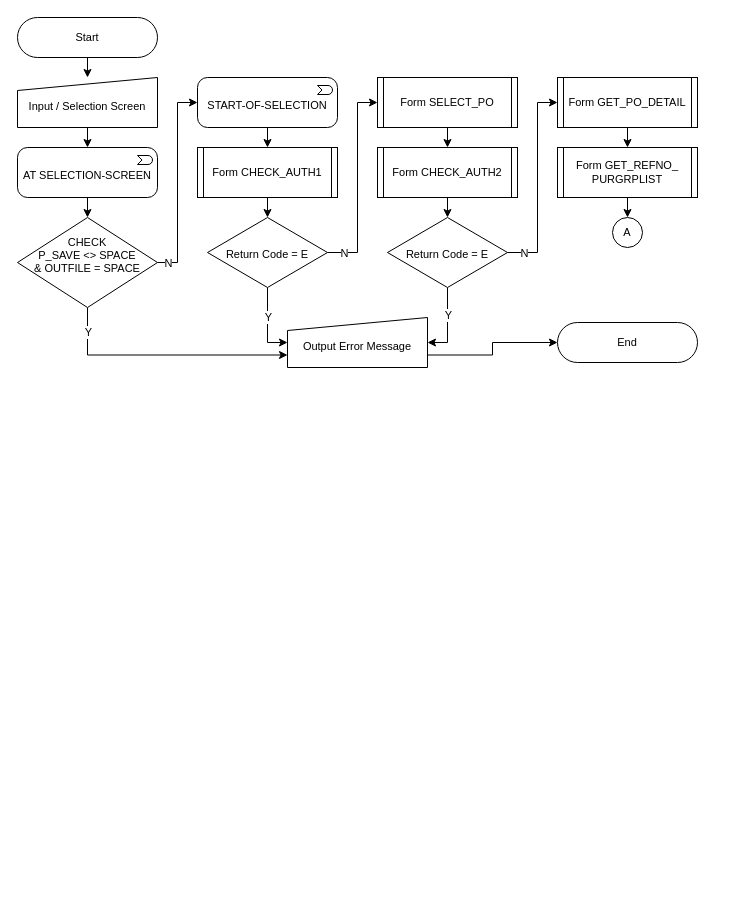
Before: MM-R884.drawio in ivanpilariza/assignment, a draw.io diagram. Source tidied: cells renumbered, new cells numbered last; positions are measured from the earlier drawing's top-left corner, leaving out a move shared by most shapes. Both pictures are drawn from the tidied source at 100%, with x=0, y=0 at pixel (17, 17).
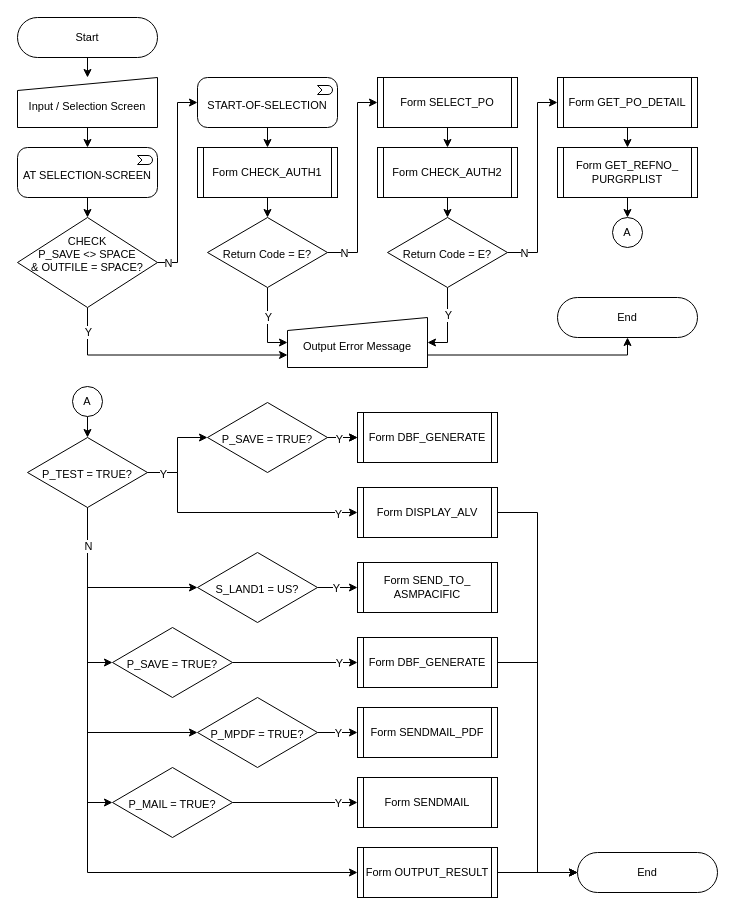
Above is the later version.

The change refers to these unchanged cells:
```xml
<mxCell id="8" value="Output Error Message" style="shape=manualInput;whiteSpace=wrap;html=1;fontSize=11;size=13;spacingTop=7;" parent="1" vertex="1">
  <mxGeometry x="270" y="300" width="140" height="50" as="geometry" />
</mxCell>
```

The edit, as a diff of the source:
```diff
@@
     <mxCell id="9" value="End" style="html=1;dashed=0;whiteSpace=wrap;shape=mxgraph.dfd.start;fontSize=11;" parent="1" vertex="1">
-      <mxGeometry x="540" y="305" width="140" height="40" as="geometry" />
+      <mxGeometry x="540" y="280" width="140" height="40" as="geometry" />
     </mxCell>
@@
-    <mxCell id="22" value="Return Code = E" style="rhombus;whiteSpace=wrap;html=1;fontSize=11;spacingTop=3;" parent="1" vertex="1">
+    <mxCell id="22" value="Return Code = E?" style="rhombus;whiteSpace=wrap;html=1;fontSize=11;spacingTop=3;" parent="1" vertex="1">
       <mxGeometry x="190" y="200" width="120" height="70" as="geometry" />
     </mxCell>
@@
-    <mxCell id="27" value="Return Code = E" style="rhombus;whiteSpace=wrap;html=1;fontSize=11;spacingTop=3;" parent="1" vertex="1">
+    <mxCell id="27" value="Return Code = E?" style="rhombus;whiteSpace=wrap;html=1;fontSize=11;spacingTop=3;" parent="1" vertex="1">
       <mxGeometry x="370" y="200" width="120" height="70" as="geometry" />
     </mxCell>
@@
-    <mxCell id="32" style="edgeStyle=orthogonalEdgeStyle;rounded=0;jettySize=auto;html=1;exitX=1;exitY=0.75;exitDx=0;exitDy=0;entryX=0;entryY=0.5;entryDx=0;entryDy=0;entryPerimeter=0;" parent="1" edge="1" source="8" target="9">
-      <mxGeometry relative="1" as="geometry" />
-    </mxCell>
@@
-    <mxCell id="35" value="CHECK&lt;br style=&quot;font-size: 11px;&quot;&gt;P_SAVE &amp;lt;&amp;gt; SPACE&lt;br style=&quot;font-size: 11px;&quot;&gt;&amp;amp; OUTFILE = SPACE" style="rhombus;whiteSpace=wrap;html=1;fontSize=11;spacingTop=-15;" parent="1" vertex="1">
+    <mxCell id="35" value="CHECK&lt;br style=&quot;font-size: 11px;&quot;&gt;P_SAVE &amp;lt;&amp;gt; SPACE&lt;br style=&quot;font-size: 11px;&quot;&gt;&amp;amp; OUTFILE = SPACE?" style="rhombus;whiteSpace=wrap;html=1;fontSize=11;spacingTop=-16;" parent="1" vertex="1">
       <mxGeometry y="200" width="140" height="90" as="geometry" />
     </mxCell>
@@
+    <mxCell id="39" style="edgeStyle=orthogonalEdgeStyle;rounded=0;jettySize=auto;html=1;exitX=0.5;exitY=1;exitDx=0;exitDy=0;entryX=0.5;entryY=0;entryDx=0;entryDy=0;" parent="1" edge="1" source="40" target="51">
+      <mxGeometry relative="1" as="geometry" />
+    </mxCell>
+    <mxCell id="40" value="&lt;font style=&quot;font-size: 11px;&quot;&gt;A&lt;/font&gt;" style="ellipse;whiteSpace=wrap;html=1;" parent="1" vertex="1">
+      <mxGeometry x="55" y="369" width="30" height="30" as="geometry" />
+    </mxCell>
+    <mxCell id="32" style="edgeStyle=orthogonalEdgeStyle;rounded=0;jettySize=auto;html=1;exitX=1;exitY=0.75;exitDx=0;exitDy=0;entryX=0.5;entryY=0.5;entryDx=0;entryDy=20;entryPerimeter=0;" parent="1" edge="1" source="8" target="9">
+      <mxGeometry relative="1" as="geometry">
+        <Array as="points">
+          <mxPoint x="610" y="338" />
+        </Array>
+      </mxGeometry>
+    </mxCell>
+    <mxCell id="41" style="edgeStyle=orthogonalEdgeStyle;rounded=0;jettySize=auto;html=1;exitX=1;exitY=0.5;exitDx=0;exitDy=0;entryX=0;entryY=0.5;entryDx=0;entryDy=0;" parent="1" edge="1" source="51" target="57">
+      <mxGeometry relative="1" as="geometry">
+        <Array as="points">
+          <mxPoint x="160" y="455" />
+          <mxPoint x="160" y="495" />
+        </Array>
+      </mxGeometry>
+    </mxCell>
+    <mxCell id="42" value="Y" style="edgeLabel;html=1;align=center;verticalAlign=middle;" parent="41" vertex="1">
+      <mxGeometry x="0.84" y="-1" relative="1" as="geometry" />
+    </mxCell>
+    <mxCell id="43" style="edgeStyle=orthogonalEdgeStyle;rounded=0;jettySize=auto;html=1;exitX=0.5;exitY=1;exitDx=0;exitDy=0;entryX=0;entryY=0.5;entryDx=0;entryDy=0;" parent="1" edge="1" source="51" target="60">
+      <mxGeometry relative="1" as="geometry" />
+    </mxCell>
+    <mxCell id="44" style="edgeStyle=orthogonalEdgeStyle;rounded=0;jettySize=auto;html=1;exitX=0.5;exitY=1;exitDx=0;exitDy=0;entryX=0;entryY=0.5;entryDx=0;entryDy=0;" parent="1" edge="1" source="51" target="66">
+      <mxGeometry relative="1" as="geometry" />
+    </mxCell>
+    <mxCell id="45" style="edgeStyle=orthogonalEdgeStyle;rounded=0;jettySize=auto;html=1;exitX=1;exitY=0.5;exitDx=0;exitDy=0;entryX=0;entryY=0.5;entryDx=0;entryDy=0;" parent="1" edge="1" source="51" target="55">
+      <mxGeometry relative="1" as="geometry" />
+    </mxCell>
+    <mxCell id="46" value="Y" style="edgeLabel;html=1;align=center;verticalAlign=middle;" parent="45" vertex="1">
+      <mxGeometry x="-0.68" y="-1" relative="1" as="geometry" />
+    </mxCell>
+    <mxCell id="47" style="edgeStyle=orthogonalEdgeStyle;rounded=0;jettySize=auto;html=1;exitX=0.5;exitY=1;exitDx=0;exitDy=0;entryX=0;entryY=0.5;entryDx=0;entryDy=0;" parent="1" edge="1" source="51" target="70">
+      <mxGeometry relative="1" as="geometry" />
+    </mxCell>
+    <mxCell id="48" style="edgeStyle=orthogonalEdgeStyle;rounded=0;jettySize=auto;html=1;exitX=0.5;exitY=1;exitDx=0;exitDy=0;entryX=0;entryY=0.5;entryDx=0;entryDy=0;" parent="1" edge="1" source="51" target="75">
+      <mxGeometry relative="1" as="geometry" />
+    </mxCell>
+    <mxCell id="49" style="edgeStyle=orthogonalEdgeStyle;rounded=0;jettySize=auto;html=1;exitX=0.5;exitY=1;exitDx=0;exitDy=0;entryX=0;entryY=0.5;entryDx=0;entryDy=0;" parent="1" edge="1" source="51" target="76">
+      <mxGeometry relative="1" as="geometry" />
+    </mxCell>
+    <mxCell id="50" value="N" style="edgeLabel;html=1;align=center;verticalAlign=middle;" parent="49" vertex="1">
+      <mxGeometry x="-0.88" relative="1" as="geometry" />
+    </mxCell>
+    <mxCell id="51" value="P_TEST = TRUE?" style="rhombus;whiteSpace=wrap;html=1;fontSize=11;spacingTop=3;" parent="1" vertex="1">
+      <mxGeometry x="10" y="420" width="120" height="70" as="geometry" />
+    </mxCell>
+    <mxCell id="52" style="edgeStyle=orthogonalEdgeStyle;rounded=0;jettySize=auto;html=1;exitX=1;exitY=0.5;exitDx=0;exitDy=0;entryX=0;entryY=0.5;entryDx=0;entryDy=0;" parent="1" edge="1" target="56">
+      <mxGeometry relative="1" as="geometry">
+        <mxPoint x="310" y="420" as="sourcePoint" />
+      </mxGeometry>
+    </mxCell>
+    <mxCell id="53" style="edgeStyle=orthogonalEdgeStyle;rounded=0;jettySize=auto;html=1;" parent="1" edge="1" source="55" target="56">
+      <mxGeometry relative="1" as="geometry" />
+    </mxCell>
+    <mxCell id="54" value="Y" style="edgeLabel;html=1;align=center;verticalAlign=middle;" parent="53" vertex="1">
+      <mxGeometry x="0.24" y="-1" relative="1" as="geometry" />
+    </mxCell>
+    <mxCell id="55" value="P_SAVE = TRUE?" style="rhombus;whiteSpace=wrap;html=1;fontSize=11;spacingTop=3;" parent="1" vertex="1">
+      <mxGeometry x="190" y="385" width="120" height="70" as="geometry" />
+    </mxCell>
+    <mxCell id="56" value="&lt;font style=&quot;font-size: 11px;&quot;&gt;Form DBF_GENERATE&lt;br&gt;&lt;/font&gt;" style="shape=process;whiteSpace=wrap;html=1;backgroundOutline=1;fontSize=11;size=0.041666666666666664;" parent="1" vertex="1">
+      <mxGeometry x="340" y="395" width="140" height="50" as="geometry" />
+    </mxCell>
+    <mxCell id="57" value="&lt;font style=&quot;font-size: 11px;&quot;&gt;Form DISPLAY_ALV&lt;br&gt;&lt;/font&gt;" style="shape=process;whiteSpace=wrap;html=1;backgroundOutline=1;fontSize=11;size=0.041666666666666664;" parent="1" vertex="1">
+      <mxGeometry x="340" y="470" width="140" height="50" as="geometry" />
+    </mxCell>
+    <mxCell id="58" style="edgeStyle=orthogonalEdgeStyle;rounded=0;jettySize=auto;html=1;exitX=1;exitY=0.5;exitDx=0;exitDy=0;entryX=0;entryY=0.5;entryDx=0;entryDy=0;" parent="1" edge="1" source="60" target="61">
+      <mxGeometry relative="1" as="geometry" />
+    </mxCell>
+    <mxCell id="59" value="Y" style="edgeLabel;html=1;align=center;verticalAlign=middle;" parent="58" vertex="1">
+      <mxGeometry x="-0.09" relative="1" as="geometry" />
+    </mxCell>
+    <mxCell id="60" value="S_LAND1 = US?" style="rhombus;whiteSpace=wrap;html=1;fontSize=11;spacingTop=3;" parent="1" vertex="1">
+      <mxGeometry x="180" y="535" width="120" height="70" as="geometry" />
+    </mxCell>
+    <mxCell id="61" value="&lt;font style=&quot;font-size: 11px;&quot;&gt;Form SEND_TO_&lt;br&gt;ASMPACIFIC&lt;br&gt;&lt;/font&gt;" style="shape=process;whiteSpace=wrap;html=1;backgroundOutline=1;fontSize=11;size=0.041666666666666664;" parent="1" vertex="1">
+      <mxGeometry x="340" y="545" width="140" height="50" as="geometry" />
+    </mxCell>
+    <mxCell id="62" value="End" style="html=1;dashed=0;whiteSpace=wrap;shape=mxgraph.dfd.start;fontSize=11;" parent="1" vertex="1">
+      <mxGeometry x="560" y="835" width="140" height="40" as="geometry" />
+    </mxCell>
+    <mxCell id="63" style="edgeStyle=orthogonalEdgeStyle;rounded=0;jettySize=auto;html=1;exitX=1;exitY=0.5;exitDx=0;exitDy=0;entryX=0;entryY=0.5;entryDx=0;entryDy=0;entryPerimeter=0;" parent="1" edge="1" source="57" target="62">
+      <mxGeometry relative="1" as="geometry" />
+    </mxCell>
+    <mxCell id="64" style="edgeStyle=orthogonalEdgeStyle;rounded=0;jettySize=auto;html=1;exitX=1;exitY=0.5;exitDx=0;exitDy=0;entryX=0;entryY=0.5;entryDx=0;entryDy=0;" parent="1" edge="1" source="66" target="67">
+      <mxGeometry relative="1" as="geometry" />
+    </mxCell>
+    <mxCell id="65" value="Y" style="edgeLabel;html=1;align=center;verticalAlign=middle;" parent="64" vertex="1">
+      <mxGeometry x="0.7" relative="1" as="geometry" />
+    </mxCell>
+    <mxCell id="66" value="P_SAVE = TRUE?" style="rhombus;whiteSpace=wrap;html=1;fontSize=11;spacingTop=3;" parent="1" vertex="1">
+      <mxGeometry x="95" y="610" width="120" height="70" as="geometry" />
+    </mxCell>
+    <mxCell id="67" value="&lt;font style=&quot;font-size: 11px;&quot;&gt;Form DBF_GENERATE&lt;br&gt;&lt;/font&gt;" style="shape=process;whiteSpace=wrap;html=1;backgroundOutline=1;fontSize=11;size=0.041666666666666664;" parent="1" vertex="1">
+      <mxGeometry x="340" y="620" width="140" height="50" as="geometry" />
+    </mxCell>
+    <mxCell id="68" style="edgeStyle=orthogonalEdgeStyle;rounded=0;jettySize=auto;html=1;exitX=1;exitY=0.5;exitDx=0;exitDy=0;entryX=0;entryY=0.5;entryDx=0;entryDy=0;" parent="1" edge="1" source="70" target="71">
+      <mxGeometry relative="1" as="geometry" />
+    </mxCell>
+    <mxCell id="69" value="Y" style="edgeLabel;html=1;align=center;verticalAlign=middle;" parent="68" vertex="1">
+      <mxGeometry relative="1" as="geometry" />
+    </mxCell>
+    <mxCell id="70" value="P_MPDF = TRUE?" style="rhombus;whiteSpace=wrap;html=1;fontSize=11;spacingTop=3;" parent="1" vertex="1">
+      <mxGeometry x="180" y="680" width="120" height="70" as="geometry" />
+    </mxCell>
+    <mxCell id="71" value="&lt;font style=&quot;font-size: 11px;&quot;&gt;Form SENDMAIL_PDF&lt;br&gt;&lt;/font&gt;" style="shape=process;whiteSpace=wrap;html=1;backgroundOutline=1;fontSize=11;size=0.041666666666666664;" parent="1" vertex="1">
+      <mxGeometry x="340" y="690" width="140" height="50" as="geometry" />
+    </mxCell>
+    <mxCell id="72" value="&lt;font style=&quot;font-size: 11px;&quot;&gt;Form SENDMAIL&lt;br&gt;&lt;/font&gt;" style="shape=process;whiteSpace=wrap;html=1;backgroundOutline=1;fontSize=11;size=0.041666666666666664;" parent="1" vertex="1">
+      <mxGeometry x="340" y="760" width="140" height="50" as="geometry" />
+    </mxCell>
+    <mxCell id="73" style="edgeStyle=orthogonalEdgeStyle;rounded=0;jettySize=auto;html=1;exitX=1;exitY=0.5;exitDx=0;exitDy=0;entryX=0;entryY=0.5;entryDx=0;entryDy=0;" parent="1" edge="1" source="75" target="72">
+      <mxGeometry relative="1" as="geometry" />
+    </mxCell>
+    <mxCell id="74" value="Y" style="edgeLabel;html=1;align=center;verticalAlign=middle;" parent="73" vertex="1">
+      <mxGeometry x="0.68" relative="1" as="geometry" />
+    </mxCell>
+    <mxCell id="75" value="P_MAIL = TRUE?" style="rhombus;whiteSpace=wrap;html=1;fontSize=11;spacingTop=3;" parent="1" vertex="1">
+      <mxGeometry x="95" y="750" width="120" height="70" as="geometry" />
+    </mxCell>
+    <mxCell id="76" value="&lt;font style=&quot;font-size: 11px;&quot;&gt;Form OUTPUT_RESULT&lt;br&gt;&lt;/font&gt;" style="shape=process;whiteSpace=wrap;html=1;backgroundOutline=1;fontSize=11;size=0.041666666666666664;" parent="1" vertex="1">
+      <mxGeometry x="340" y="830" width="140" height="50" as="geometry" />
+    </mxCell>
+    <mxCell id="77" style="edgeStyle=orthogonalEdgeStyle;rounded=0;jettySize=auto;html=1;exitX=1;exitY=0.5;exitDx=0;exitDy=0;entryX=0;entryY=0.5;entryDx=0;entryDy=0;entryPerimeter=0;" parent="1" edge="1" source="76" target="62">
+      <mxGeometry relative="1" as="geometry" />
+    </mxCell>
+    <mxCell id="78" style="edgeStyle=orthogonalEdgeStyle;rounded=0;jettySize=auto;html=1;exitX=1;exitY=0.5;exitDx=0;exitDy=0;entryX=0;entryY=0.5;entryDx=0;entryDy=0;entryPerimeter=0;" parent="1" edge="1" source="67" target="62">
+      <mxGeometry relative="1" as="geometry" />
+    </mxCell>
```
